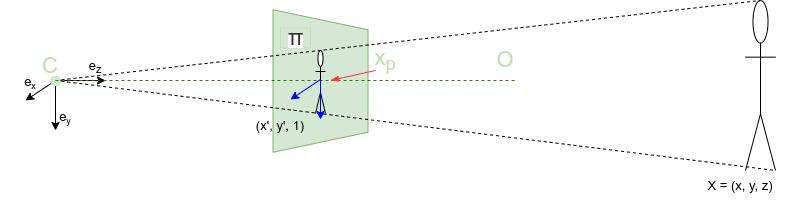
The draw.io diagram graphics/td_scene.png in Myralllka/bachelor_thesis, before a commit. Source tidied: cells renumbered, new cells last; positions are measured from the earlier drawing's top-left corner, leaving out a move shared by most shapes. Its diagram source:
```xml
<mxGraphModel>
  <root>
    <mxCell id="0" />
    <mxCell id="1" parent="0" />
    <mxCell id="2" style="shape=trapezoid;perimeter=trapezoidPerimeter;whiteSpace=wrap;html=1;fixedSize=1;size=20;direction=south;fillColor=#d5e8d4;strokeColor=#82b366;" parent="1" vertex="1">
      <mxGeometry x="272.5" y="9.2" width="95" height="142.5" as="geometry" />
    </mxCell>
    <mxCell id="3" style="endArrow=none;html=1;rounded=0;entryX=1;entryY=1;entryDx=0;entryDy=0;entryPerimeter=0;endFill=0;dashed=1;" parent="1" edge="1" target="5">
      <mxGeometry relative="1" as="geometry">
        <mxPoint x="55" y="80" as="sourcePoint" />
      </mxGeometry>
    </mxCell>
    <mxCell id="4" value="&lt;br&gt;" style="shape=umlActor;verticalLabelPosition=bottom;verticalAlign=top;html=1;direction=east;" parent="1" vertex="1">
      <mxGeometry x="315" y="50" width="10" height="63" as="geometry" />
    </mxCell>
    <mxCell id="5" style="shape=umlActor;verticalLabelPosition=bottom;verticalAlign=top;html=1;outlineConnect=0;" parent="1" vertex="1">
      <mxGeometry x="745" width="30" height="170" as="geometry" />
    </mxCell>
    <mxCell id="6" style="endArrow=none;html=1;rounded=0;entryX=0.5;entryY=0;entryDx=0;entryDy=0;entryPerimeter=0;dashed=1;endFill=0;" parent="1" edge="1" target="5">
      <mxGeometry relative="1" as="geometry">
        <mxPoint x="55" y="80" as="sourcePoint" />
      </mxGeometry>
    </mxCell>
    <mxCell id="7" value="&lt;span style=&quot;color: rgb(51 , 51 , 51) ; background-color: rgb(255 , 255 , 255)&quot;&gt;&lt;font style=&quot;font-size: 22px&quot;&gt;π&lt;/font&gt;&lt;/span&gt;" style="text;html=1;align=center;verticalAlign=middle;strokeWidth=0;fillColor=#d5e8d4;strokeColor=#82b366;" parent="1" vertex="1">
      <mxGeometry x="280" y="27.5" width="30" height="20" as="geometry" />
    </mxCell>
    <mxCell id="8" style="endArrow=classic;html=1;rounded=0;fontSize=22;" parent="1" edge="1">
      <mxGeometry relative="1" as="geometry">
        <mxPoint x="55" y="80" as="sourcePoint" />
        <mxPoint x="55" y="130" as="targetPoint" />
      </mxGeometry>
    </mxCell>
    <mxCell id="9" style="endArrow=classic;html=1;rounded=0;fontSize=22;" parent="1" edge="1">
      <mxGeometry relative="1" as="geometry">
        <mxPoint x="55" y="80" as="sourcePoint" />
        <mxPoint x="105" y="80" as="targetPoint" />
      </mxGeometry>
    </mxCell>
    <mxCell id="10" style="endArrow=classic;html=1;rounded=0;fontSize=22;" parent="1" edge="1">
      <mxGeometry relative="1" as="geometry">
        <mxPoint x="55" y="80" as="sourcePoint" />
        <mxPoint x="25" y="100" as="targetPoint" />
      </mxGeometry>
    </mxCell>
    <mxCell id="11" style="ellipse;whiteSpace=wrap;html=1;fontSize=22;strokeWidth=0;fillColor=#d5e8d4;strokeColor=#82b366;" parent="1" vertex="1">
      <mxGeometry x="50" y="75.5" width="10" height="10" as="geometry" />
    </mxCell>
    <mxCell id="12" value="&lt;font color=&quot;#b9e0a5&quot;&gt;C&lt;/font&gt;" style="text;html=1;strokeColor=none;fillColor=none;align=center;verticalAlign=middle;whiteSpace=wrap;rounded=0;fontSize=22;" parent="1" vertex="1">
      <mxGeometry x="40" y="57.2" width="20" height="17.5" as="geometry" />
    </mxCell>
    <mxCell id="13" style="endArrow=none;html=1;rounded=0;fontSize=22;fontColor=#B9E0A5;strokeColor=#2D7600;dashed=1;endFill=0;fillColor=#60a917;" parent="1" edge="1">
      <mxGeometry relative="1" as="geometry">
        <mxPoint x="55" y="80" as="sourcePoint" />
        <mxPoint x="515" y="80" as="targetPoint" />
      </mxGeometry>
    </mxCell>
    <mxCell id="14" value="&lt;font color=&quot;#b9e0a5&quot;&gt;O&lt;/font&gt;" style="text;html=1;strokeColor=none;fillColor=none;align=center;verticalAlign=middle;whiteSpace=wrap;rounded=0;fontSize=22;" parent="1" vertex="1">
      <mxGeometry x="495" y="51" width="20" height="17.5" as="geometry" />
    </mxCell>
    <mxCell id="15" value="&lt;font color=&quot;#b9e0a5&quot;&gt;x&lt;sub&gt;p&lt;/sub&gt;&lt;/font&gt;" style="text;html=1;strokeColor=none;fillColor=none;align=center;verticalAlign=middle;whiteSpace=wrap;rounded=0;fontSize=22;" parent="1" vertex="1">
      <mxGeometry x="375" y="47.5" width="20" height="22.5" as="geometry" />
    </mxCell>
    <mxCell id="16" style="endArrow=classic;html=1;rounded=0;fontSize=22;fontColor=#B9E0A5;strokeColor=#0000FF;fillColor=#dae8fc;jumpSize=6;strokeWidth=1;" parent="1" edge="1">
      <mxGeometry relative="1" as="geometry">
        <mxPoint x="320" y="79" as="sourcePoint" />
        <mxPoint x="290" y="99" as="targetPoint" />
      </mxGeometry>
    </mxCell>
    <mxCell id="17" style="endArrow=classic;html=1;rounded=0;fontSize=22;fontColor=#B9E0A5;strokeColor=#0000FF;fillColor=#dae8fc;" parent="1" edge="1">
      <mxGeometry relative="1" as="geometry">
        <mxPoint x="320" y="79" as="sourcePoint" />
        <mxPoint x="320" y="119" as="targetPoint" />
      </mxGeometry>
    </mxCell>
    <mxCell id="18" value="&lt;font style=&quot;font-size: 13px&quot;&gt;(x', y', 1)&lt;/font&gt;" style="text;html=1;align=center;verticalAlign=middle;whiteSpace=wrap;rounded=0;fontSize=22;" parent="1" vertex="1">
      <mxGeometry x="250" y="114" width="60" height="17.5" as="geometry" />
    </mxCell>
    <mxCell id="19" value="X = (x, y, z)" style="text;html=1;align=center;verticalAlign=middle;whiteSpace=wrap;rounded=0;fontSize=13;" parent="1" vertex="1">
      <mxGeometry x="695" y="170" width="90" height="30" as="geometry" />
    </mxCell>
    <mxCell id="20" value="&lt;font color=&quot;#000000&quot;&gt;e&lt;sub&gt;z&lt;/sub&gt;&lt;/font&gt;" style="text;html=1;strokeColor=none;fillColor=none;align=center;verticalAlign=middle;whiteSpace=wrap;rounded=0;sketch=0;fontSize=13;fontColor=#B9E0A5;" parent="1" vertex="1">
      <mxGeometry x="65" y="51" width="60" height="30" as="geometry" />
    </mxCell>
    <mxCell id="21" value="&lt;font color=&quot;#000000&quot;&gt;e&lt;span style=&quot;font-size: 10.8333px&quot;&gt;&lt;sub&gt;y&lt;/sub&gt;&lt;/span&gt;&lt;/font&gt;" style="text;html=1;strokeColor=none;fillColor=none;align=center;verticalAlign=middle;whiteSpace=wrap;rounded=0;sketch=0;fontSize=13;fontColor=#B9E0A5;" parent="1" vertex="1">
      <mxGeometry x="35" y="101.5" width="60" height="30" as="geometry" />
    </mxCell>
    <mxCell id="22" value="&lt;font color=&quot;#000000&quot;&gt;e&lt;span style=&quot;font-size: 10.8333px&quot;&gt;&lt;sub&gt;x&lt;/sub&gt;&lt;/span&gt;&lt;/font&gt;" style="text;html=1;strokeColor=none;fillColor=none;align=center;verticalAlign=middle;whiteSpace=wrap;rounded=0;sketch=0;fontSize=13;fontColor=#B9E0A5;" parent="1" vertex="1">
      <mxGeometry y="66.5" width="60" height="30" as="geometry" />
    </mxCell>
    <mxCell id="23" style="endArrow=blockThin;html=1;rounded=0;fontSize=13;fontColor=#000000;strokeColor=#FF3333;strokeWidth=1;jumpSize=6;exitX=0;exitY=1;exitDx=0;exitDy=0;endFill=1;" parent="1" edge="1" source="15">
      <mxGeometry relative="1" as="geometry">
        <mxPoint x="330" y="80" as="targetPoint" />
      </mxGeometry>
    </mxCell>
  </root>
</mxGraphModel>
```
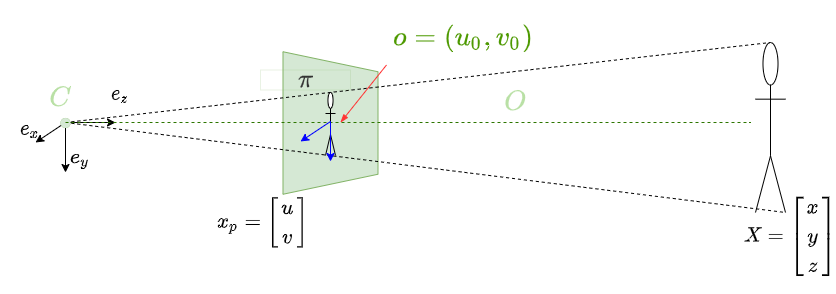
The same diagram one commit later.

The edit, as a diff of the source:
```diff
@@ -1,96 +1,99 @@
-<mxGraphModel>
+<mxGraphModel math="1">
   <root>
     <mxCell id="0" />
     <mxCell id="1" parent="0" />
     <mxCell id="2" style="shape=trapezoid;perimeter=trapezoidPerimeter;whiteSpace=wrap;html=1;fixedSize=1;size=20;direction=south;fillColor=#d5e8d4;strokeColor=#82b366;" parent="1" vertex="1">
-      <mxGeometry x="272.5" y="9.2" width="95" height="142.5" as="geometry" />
+      <mxGeometry x="272.5" y="-290.8" width="95" height="142.5" as="geometry" />
     </mxCell>
     <mxCell id="3" style="endArrow=none;html=1;rounded=0;entryX=1;entryY=1;entryDx=0;entryDy=0;entryPerimeter=0;endFill=0;dashed=1;" parent="1" edge="1" target="5">
       <mxGeometry relative="1" as="geometry">
-        <mxPoint x="55" y="80" as="sourcePoint" />
+        <mxPoint x="55" y="-220" as="sourcePoint" />
       </mxGeometry>
     </mxCell>
     <mxCell id="4" value="&lt;br&gt;" style="shape=umlActor;verticalLabelPosition=bottom;verticalAlign=top;html=1;direction=east;" parent="1" vertex="1">
-      <mxGeometry x="315" y="50" width="10" height="63" as="geometry" />
+      <mxGeometry x="315" y="-250" width="10" height="63" as="geometry" />
     </mxCell>
     <mxCell id="5" style="shape=umlActor;verticalLabelPosition=bottom;verticalAlign=top;html=1;outlineConnect=0;" parent="1" vertex="1">
-      <mxGeometry x="745" width="30" height="170" as="geometry" />
+      <mxGeometry x="745" y="-300" width="30" height="170" as="geometry" />
     </mxCell>
     <mxCell id="6" style="endArrow=none;html=1;rounded=0;entryX=0.5;entryY=0;entryDx=0;entryDy=0;entryPerimeter=0;dashed=1;endFill=0;" parent="1" edge="1" target="5">
       <mxGeometry relative="1" as="geometry">
-        <mxPoint x="55" y="80" as="sourcePoint" />
+        <mxPoint x="55" y="-220" as="sourcePoint" />
       </mxGeometry>
     </mxCell>
-    <mxCell id="7" value="&lt;span style=&quot;color: rgb(51 , 51 , 51) ; background-color: rgb(255 , 255 , 255)&quot;&gt;&lt;font style=&quot;font-size: 22px&quot;&gt;π&lt;/font&gt;&lt;/span&gt;" style="text;html=1;align=center;verticalAlign=middle;strokeWidth=0;fillColor=#d5e8d4;strokeColor=#82b366;" parent="1" vertex="1">
-      <mxGeometry x="280" y="27.5" width="30" height="20" as="geometry" />
+    <mxCell id="7" value="&lt;span style=&quot;color: rgb(51 , 51 , 51) ; background-color: rgb(255 , 255 , 255)&quot;&gt;&lt;font style=&quot;font-size: 22px&quot;&gt;$$\pi$$&lt;/font&gt;&lt;/span&gt;" style="text;html=1;align=center;verticalAlign=middle;strokeWidth=0;fillColor=none;strokeColor=#82b366;" parent="1" vertex="1">
+      <mxGeometry x="250" y="-272.5" width="90" height="20" as="geometry" />
     </mxCell>
     <mxCell id="8" style="endArrow=classic;html=1;rounded=0;fontSize=22;" parent="1" edge="1">
       <mxGeometry relative="1" as="geometry">
-        <mxPoint x="55" y="80" as="sourcePoint" />
-        <mxPoint x="55" y="130" as="targetPoint" />
+        <mxPoint x="55" y="-220" as="sourcePoint" />
+        <mxPoint x="55" y="-170" as="targetPoint" />
       </mxGeometry>
     </mxCell>
     <mxCell id="9" style="endArrow=classic;html=1;rounded=0;fontSize=22;" parent="1" edge="1">
       <mxGeometry relative="1" as="geometry">
-        <mxPoint x="55" y="80" as="sourcePoint" />
-        <mxPoint x="105" y="80" as="targetPoint" />
+        <mxPoint x="55" y="-220" as="sourcePoint" />
+        <mxPoint x="105" y="-220" as="targetPoint" />
       </mxGeometry>
     </mxCell>
     <mxCell id="10" style="endArrow=classic;html=1;rounded=0;fontSize=22;" parent="1" edge="1">
       <mxGeometry relative="1" as="geometry">
-        <mxPoint x="55" y="80" as="sourcePoint" />
-        <mxPoint x="25" y="100" as="targetPoint" />
+        <mxPoint x="55" y="-220" as="sourcePoint" />
+        <mxPoint x="25" y="-200" as="targetPoint" />
       </mxGeometry>
     </mxCell>
     <mxCell id="11" style="ellipse;whiteSpace=wrap;html=1;fontSize=22;strokeWidth=0;fillColor=#d5e8d4;strokeColor=#82b366;" parent="1" vertex="1">
-      <mxGeometry x="50" y="75.5" width="10" height="10" as="geometry" />
+      <mxGeometry x="50" y="-224.5" width="10" height="10" as="geometry" />
     </mxCell>
-    <mxCell id="12" value="&lt;font color=&quot;#b9e0a5&quot;&gt;C&lt;/font&gt;" style="text;html=1;strokeColor=none;fillColor=none;align=center;verticalAlign=middle;whiteSpace=wrap;rounded=0;fontSize=22;" parent="1" vertex="1">
-      <mxGeometry x="40" y="57.2" width="20" height="17.5" as="geometry" />
+    <mxCell id="12" value="&lt;font color=&quot;#b9e0a5&quot;&gt;$$C$$&lt;/font&gt;" style="text;html=1;strokeColor=none;fillColor=none;align=center;verticalAlign=middle;whiteSpace=wrap;rounded=0;fontSize=22;" parent="1" vertex="1">
+      <mxGeometry x="40" y="-252.5" width="20" height="17.5" as="geometry" />
     </mxCell>
     <mxCell id="13" style="endArrow=none;html=1;rounded=0;fontSize=22;fontColor=#B9E0A5;strokeColor=#2D7600;dashed=1;endFill=0;fillColor=#60a917;" parent="1" edge="1">
       <mxGeometry relative="1" as="geometry">
-        <mxPoint x="55" y="80" as="sourcePoint" />
-        <mxPoint x="515" y="80" as="targetPoint" />
+        <mxPoint x="55" y="-220" as="sourcePoint" />
+        <mxPoint x="740" y="-220" as="targetPoint" />
       </mxGeometry>
     </mxCell>
-    <mxCell id="14" value="&lt;font color=&quot;#b9e0a5&quot;&gt;O&lt;/font&gt;" style="text;html=1;strokeColor=none;fillColor=none;align=center;verticalAlign=middle;whiteSpace=wrap;rounded=0;fontSize=22;" parent="1" vertex="1">
-      <mxGeometry x="495" y="51" width="20" height="17.5" as="geometry" />
+    <mxCell id="14" value="&lt;font color=&quot;#b9e0a5&quot;&gt;$$O$$&lt;/font&gt;" style="text;html=1;strokeColor=none;fillColor=none;align=center;verticalAlign=middle;whiteSpace=wrap;rounded=0;fontSize=22;" parent="1" vertex="1">
+      <mxGeometry x="495" y="-249" width="20" height="17.5" as="geometry" />
     </mxCell>
-    <mxCell id="15" value="&lt;font color=&quot;#b9e0a5&quot;&gt;x&lt;sub&gt;p&lt;/sub&gt;&lt;/font&gt;" style="text;html=1;strokeColor=none;fillColor=none;align=center;verticalAlign=middle;whiteSpace=wrap;rounded=0;fontSize=22;" parent="1" vertex="1">
-      <mxGeometry x="375" y="47.5" width="20" height="22.5" as="geometry" />
+    <mxCell id="15" value="&lt;font color=&quot;#4d9900&quot;&gt;$$o = (u_0, v_0)$$&lt;/font&gt;" style="text;html=1;strokeColor=none;fillColor=none;align=center;verticalAlign=middle;whiteSpace=wrap;rounded=0;fontSize=22;" parent="1" vertex="1">
+      <mxGeometry x="376" y="-330" width="154" height="52.5" as="geometry" />
     </mxCell>
     <mxCell id="16" style="endArrow=classic;html=1;rounded=0;fontSize=22;fontColor=#B9E0A5;strokeColor=#0000FF;fillColor=#dae8fc;jumpSize=6;strokeWidth=1;" parent="1" edge="1">
       <mxGeometry relative="1" as="geometry">
-        <mxPoint x="320" y="79" as="sourcePoint" />
-        <mxPoint x="290" y="99" as="targetPoint" />
+        <mxPoint x="320" y="-221" as="sourcePoint" />
+        <mxPoint x="290" y="-201" as="targetPoint" />
       </mxGeometry>
     </mxCell>
     <mxCell id="17" style="endArrow=classic;html=1;rounded=0;fontSize=22;fontColor=#B9E0A5;strokeColor=#0000FF;fillColor=#dae8fc;" parent="1" edge="1">
       <mxGeometry relative="1" as="geometry">
-        <mxPoint x="320" y="79" as="sourcePoint" />
-        <mxPoint x="320" y="119" as="targetPoint" />
+        <mxPoint x="320" y="-221" as="sourcePoint" />
+        <mxPoint x="320" y="-181" as="targetPoint" />
       </mxGeometry>
     </mxCell>
-    <mxCell id="18" value="&lt;font style=&quot;font-size: 13px&quot;&gt;(x', y', 1)&lt;/font&gt;" style="text;html=1;align=center;verticalAlign=middle;whiteSpace=wrap;rounded=0;fontSize=22;" parent="1" vertex="1">
-      <mxGeometry x="250" y="114" width="60" height="17.5" as="geometry" />
+    <mxCell id="18" value="&lt;span style=&quot;font-size: 16px&quot;&gt;$$ x_p = \begin{bmatrix} u \\ v \end{bmatrix}$$&lt;/span&gt;" style="text;html=1;align=center;verticalAlign=middle;whiteSpace=wrap;rounded=0;fontSize=22;" parent="1" vertex="1">
+      <mxGeometry x="210" y="-149.2" width="85" height="58.2" as="geometry" />
     </mxCell>
-    <mxCell id="19" value="X = (x, y, z)" style="text;html=1;align=center;verticalAlign=middle;whiteSpace=wrap;rounded=0;fontSize=13;" parent="1" vertex="1">
-      <mxGeometry x="695" y="170" width="90" height="30" as="geometry" />
+    <mxCell id="19" value="&lt;font style=&quot;font-size: 16px&quot;&gt;$$X = \begin{bmatrix} x \\ y \\ z\end{bmatrix}$$&lt;/font&gt;" style="text;html=1;align=center;verticalAlign=middle;whiteSpace=wrap;rounded=0;fontSize=13;" parent="1" vertex="1">
+      <mxGeometry x="735" y="-121" width="90" height="30" as="geometry" />
     </mxCell>
-    <mxCell id="20" value="&lt;font color=&quot;#000000&quot;&gt;e&lt;sub&gt;z&lt;/sub&gt;&lt;/font&gt;" style="text;html=1;strokeColor=none;fillColor=none;align=center;verticalAlign=middle;whiteSpace=wrap;rounded=0;sketch=0;fontSize=13;fontColor=#B9E0A5;" parent="1" vertex="1">
-      <mxGeometry x="65" y="51" width="60" height="30" as="geometry" />
+    <mxCell id="20" value="&lt;font color=&quot;#000000&quot; style=&quot;font-size: 16px&quot;&gt;$$e_z$$&lt;/font&gt;" style="text;html=1;strokeColor=none;fillColor=none;align=center;verticalAlign=middle;whiteSpace=wrap;rounded=0;sketch=0;fontSize=13;fontColor=#B9E0A5;" parent="1" vertex="1">
+      <mxGeometry x="80" y="-263.5" width="60" height="30" as="geometry" />
     </mxCell>
-    <mxCell id="21" value="&lt;font color=&quot;#000000&quot;&gt;e&lt;span style=&quot;font-size: 10.8333px&quot;&gt;&lt;sub&gt;y&lt;/sub&gt;&lt;/span&gt;&lt;/font&gt;" style="text;html=1;strokeColor=none;fillColor=none;align=center;verticalAlign=middle;whiteSpace=wrap;rounded=0;sketch=0;fontSize=13;fontColor=#B9E0A5;" parent="1" vertex="1">
-      <mxGeometry x="35" y="101.5" width="60" height="30" as="geometry" />
-    </mxCell>
-    <mxCell id="22" value="&lt;font color=&quot;#000000&quot;&gt;e&lt;span style=&quot;font-size: 10.8333px&quot;&gt;&lt;sub&gt;x&lt;/sub&gt;&lt;/span&gt;&lt;/font&gt;" style="text;html=1;strokeColor=none;fillColor=none;align=center;verticalAlign=middle;whiteSpace=wrap;rounded=0;sketch=0;fontSize=13;fontColor=#B9E0A5;" parent="1" vertex="1">
-      <mxGeometry y="66.5" width="60" height="30" as="geometry" />
-    </mxCell>
     <mxCell id="23" style="endArrow=blockThin;html=1;rounded=0;fontSize=13;fontColor=#000000;strokeColor=#FF3333;strokeWidth=1;jumpSize=6;exitX=0;exitY=1;exitDx=0;exitDy=0;endFill=1;" parent="1" edge="1" source="15">
       <mxGeometry relative="1" as="geometry">
-        <mxPoint x="330" y="80" as="targetPoint" />
+        <mxPoint x="330" y="-220" as="targetPoint" />
       </mxGeometry>
     </mxCell>
+    <mxCell id="24" style="edgeStyle=orthogonalEdgeStyle;rounded=0;orthogonalLoop=1;jettySize=auto;html=1;exitX=0.5;exitY=1;exitDx=0;exitDy=0;fontSize=16;fontColor=#000000;" parent="1" edge="1" source="18" target="18">
+      <mxGeometry relative="1" as="geometry" />
+    </mxCell>
+    <mxCell id="25" value="&lt;font color=&quot;#000000&quot; style=&quot;font-size: 16px&quot;&gt;$$e_y$$&lt;/font&gt;" style="text;html=1;strokeColor=none;fillColor=none;align=center;verticalAlign=middle;whiteSpace=wrap;rounded=0;sketch=0;fontSize=13;fontColor=#B9E0A5;" parent="1" vertex="1">
+      <mxGeometry x="40" y="-198.5" width="60" height="30" as="geometry" />
+    </mxCell>
+    <mxCell id="26" value="&lt;font color=&quot;#000000&quot; style=&quot;font-size: 16px&quot;&gt;$$e_x$$&lt;/font&gt;" style="text;html=1;strokeColor=none;fillColor=none;align=center;verticalAlign=middle;whiteSpace=wrap;rounded=0;sketch=0;fontSize=13;fontColor=#B9E0A5;" parent="1" vertex="1">
+      <mxGeometry x="-10" y="-228.5" width="60" height="30" as="geometry" />
+    </mxCell>
   </root>
 </mxGraphModel>
```
